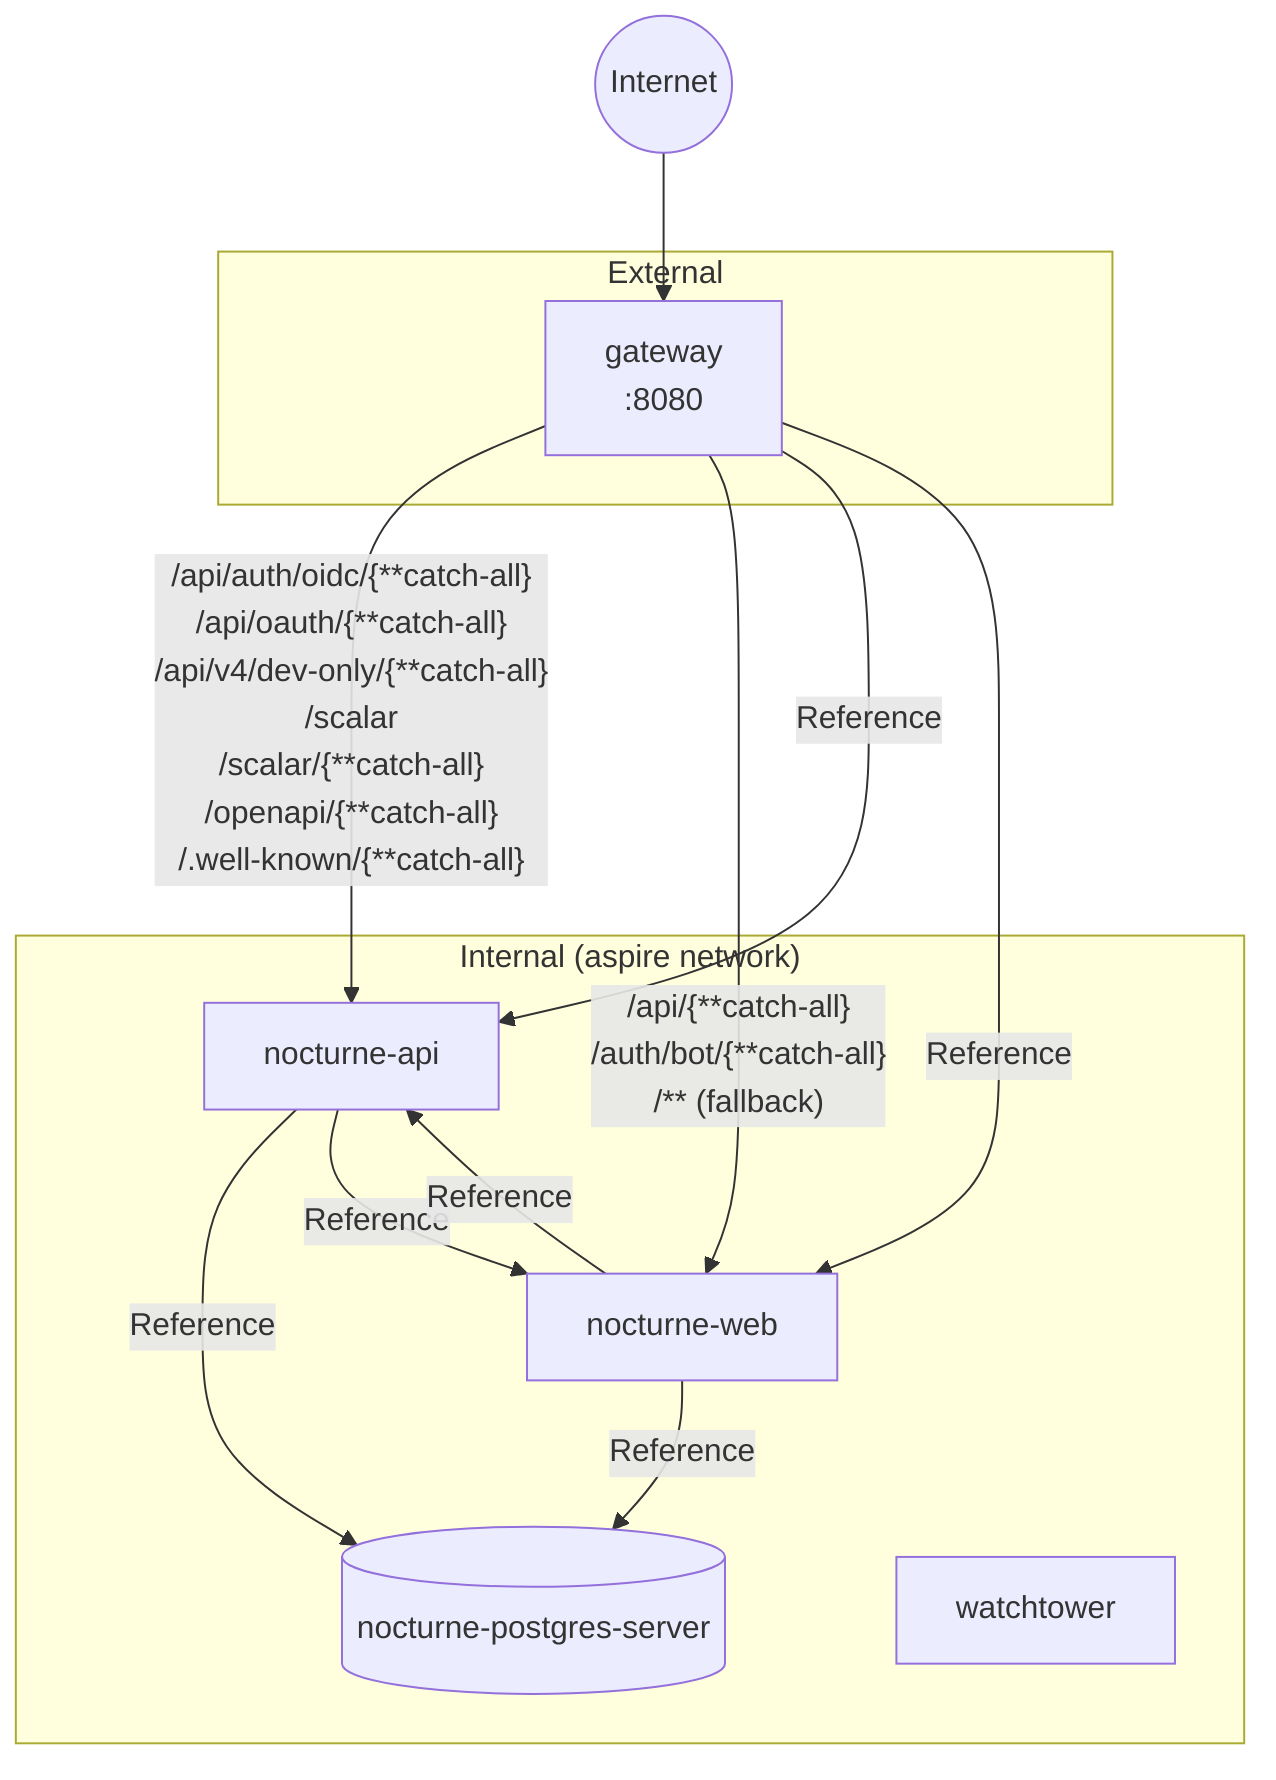
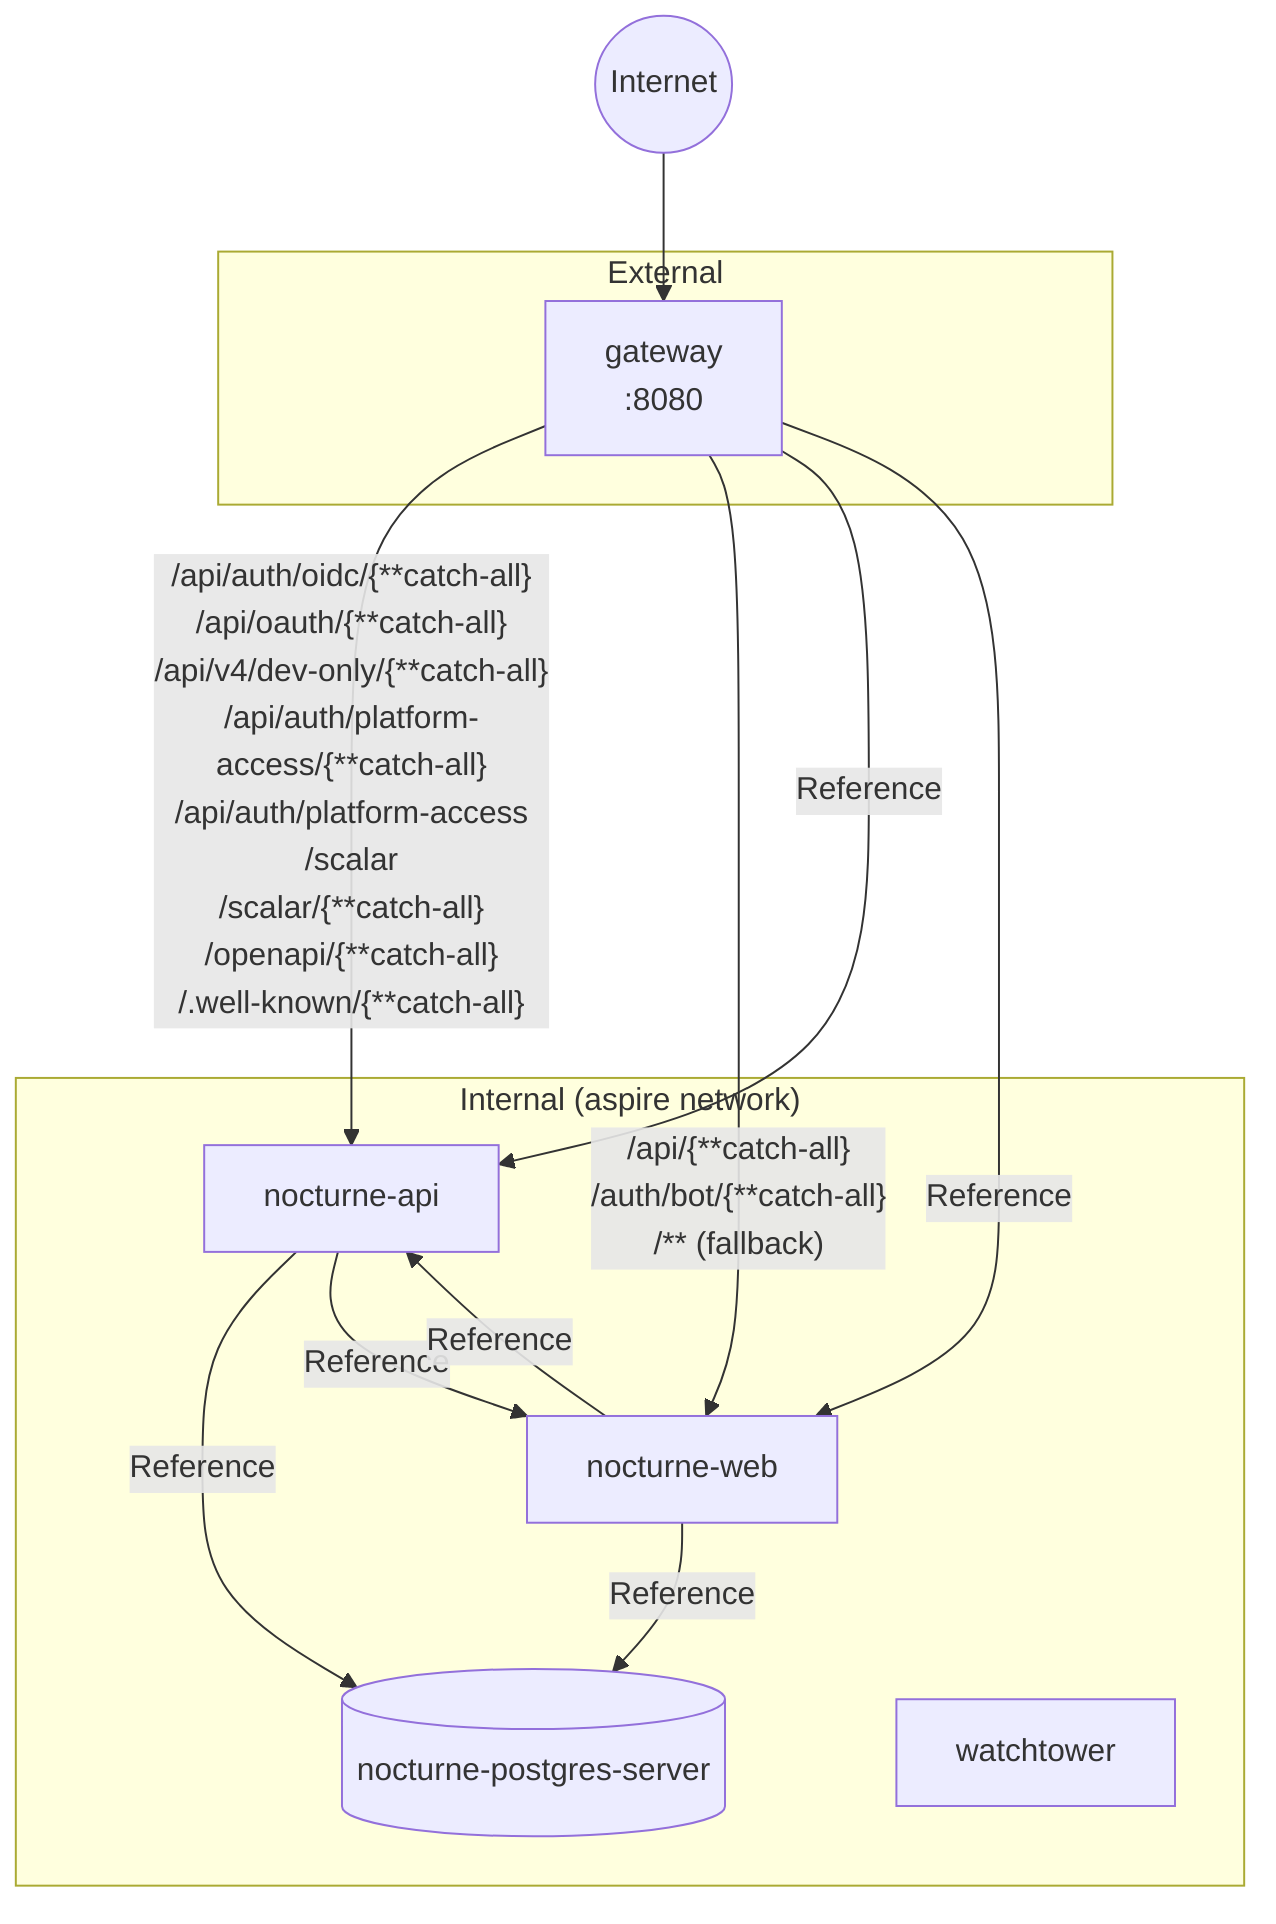
flowchart TD
    Internet((Internet))

    subgraph ext["External"]
        gateway["gateway\n:8080"]
    end

    subgraph net["Internal (aspire network)"]
        nocturne_postgres_server[("nocturne-postgres-server")]
        nocturne_api["nocturne-api"]
        nocturne_web["nocturne-web"]
        watchtower["watchtower"]
    end

    Internet --> gateway
-     gateway -->|"/api/auth/oidc/{**catch-all}\n/api/oauth/{**catch-all}\n/api/v4/dev-only/{**catch-all}\n/scalar\n/scalar/{**catch-all}\n/openapi/{**catch-all}\n/.well-known/{**catch-all}"| nocturne_api
+     gateway -->|"/api/auth/oidc/{**catch-all}\n/api/oauth/{**catch-all}\n/api/v4/dev-only/{**catch-all}\n/api/auth/platform-access/{**catch-all}\n/api/auth/platform-access\n/scalar\n/scalar/{**catch-all}\n/openapi/{**catch-all}\n/.well-known/{**catch-all}"| nocturne_api
    gateway -->|"/api/{**catch-all}\n/auth/bot/{**catch-all}\n/** (fallback)"| nocturne_web
    nocturne_api -->|Reference| nocturne_postgres_server
    nocturne_api -->|Reference| nocturne_web
    nocturne_web -->|Reference| nocturne_api
    nocturne_web -->|Reference| nocturne_postgres_server
    gateway -->|Reference| nocturne_api
    gateway -->|Reference| nocturne_web